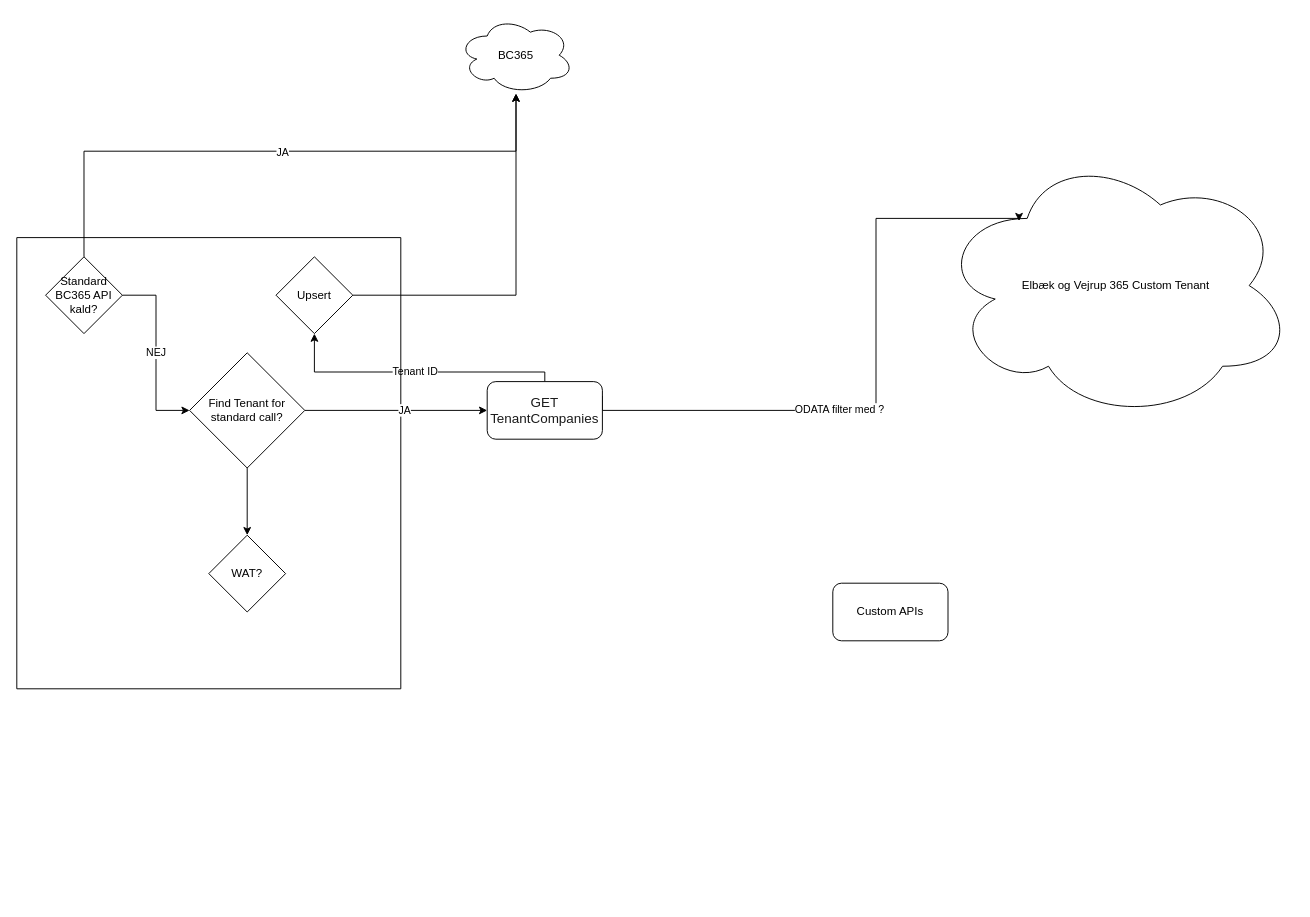
Earlier version of the draw.io diagram bc365.drawio (enkopvand/enterprise-architecture). Source tidied: cells renumbered, new cells numbered last; positions are measured from the earlier drawing's top-left corner, leaving out a move shared by most shapes. Both pictures are drawn from the tidied source at 96%, with x=0, y=0 at pixel (16, 16).
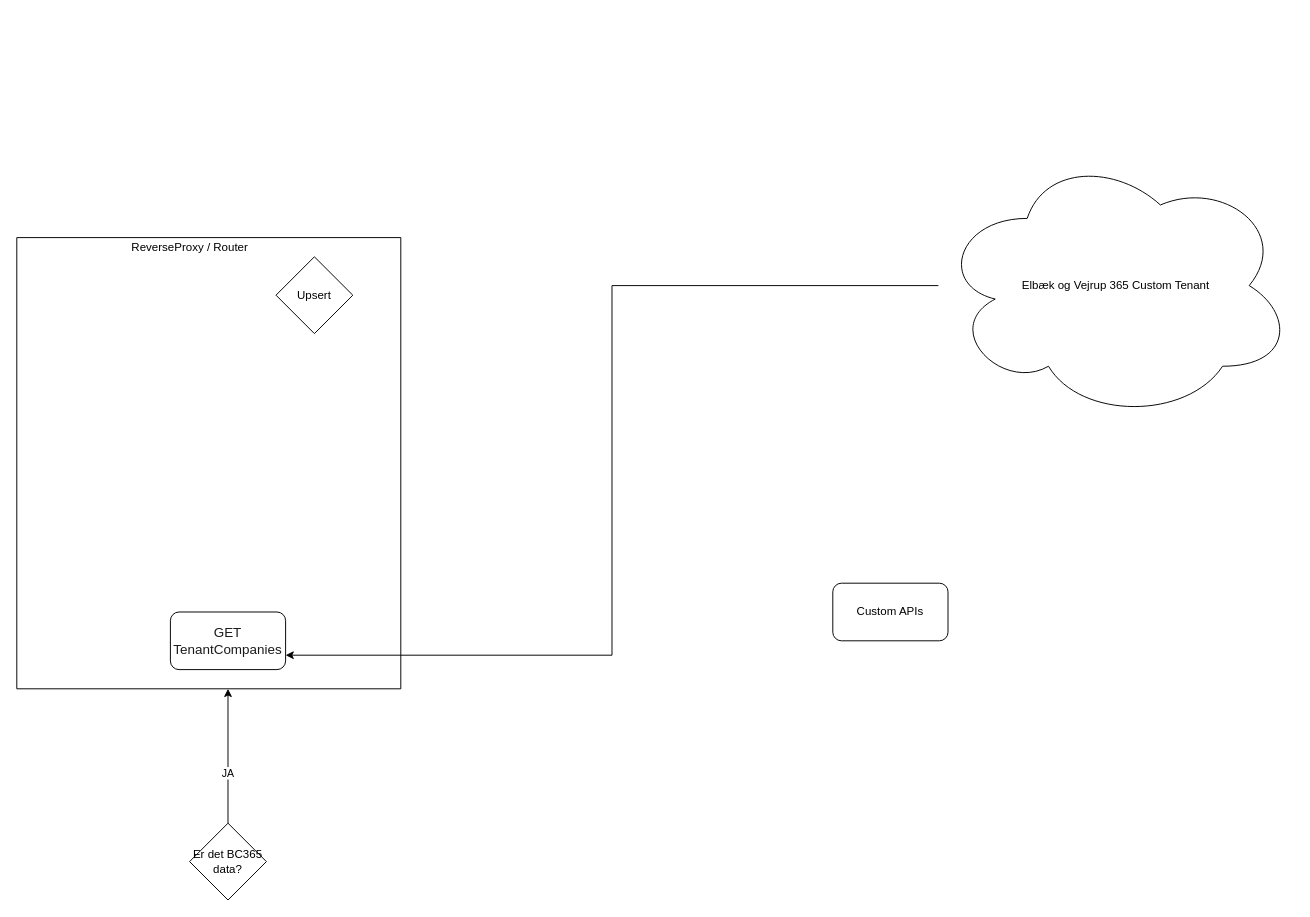
Above is the later version.

The change refers to these unchanged cells:
```xml
<mxCell id="3" value="Elbæk og Vejrup 365 Custom Tenant" style="ellipse;shape=cloud;whiteSpace=wrap;html=1;" parent="1" vertex="1">
  <mxGeometry x="960" y="140" width="370" height="280" as="geometry" />
</mxCell>
<mxCell id="9" style="swimlane;startSize=0;" parent="1" vertex="1">
  <mxGeometry y="230" width="400" height="470" as="geometry" />
</mxCell>
<mxCell id="14" value="Upsert" style="rhombus;whiteSpace=wrap;html=1;" parent="9" vertex="1">
  <mxGeometry x="270" y="20" width="80" height="80" as="geometry" />
</mxCell>
```

Diff of the diagram source:
```diff
@@
-    <mxCell id="2" value="BC365" style="ellipse;shape=cloud;whiteSpace=wrap;html=1;" parent="1" vertex="1">
-      <mxGeometry x="460" width="120" height="80" as="geometry" />
-    </mxCell>
+    <mxCell id="21" style="edgeStyle=orthogonalEdgeStyle;rounded=0;jettySize=auto;html=1;entryX=1;entryY=0.75;entryDx=0;entryDy=0;" parent="1" edge="1" source="3" target="7">
+      <mxGeometry relative="1" as="geometry" />
+    </mxCell>
@@
-    <mxCell id="4" style="edgeStyle=orthogonalEdgeStyle;rounded=0;jettySize=auto;html=1;entryX=0.227;entryY=0.26;entryDx=0;entryDy=0;entryPerimeter=0;exitX=1;exitY=0.25;exitDx=0;exitDy=0;" parent="1" edge="1" source="7" target="3">
-      <mxGeometry relative="1" as="geometry">
-        <Array as="points">
-          <mxPoint x="610" y="410" />
-          <mxPoint x="895" y="410" />
-          <mxPoint x="895" y="210" />
-          <mxPoint x="1044" y="210" />
-        </Array>
-      </mxGeometry>
-    </mxCell>
-    <mxCell id="5" value="ODATA filter med ?" style="edgeLabel;html=1;align=center;verticalAlign=middle;" parent="4" vertex="1">
-      <mxGeometry x="-0.2" y="2" relative="1" as="geometry" />
-    </mxCell>
-    <mxCell id="6" value="Tenant ID" style="edgeStyle=orthogonalEdgeStyle;rounded=0;jettySize=auto;html=1;entryX=0.5;entryY=1;entryDx=0;entryDy=0;" parent="1" edge="1" source="7" target="14">
-      <mxGeometry relative="1" as="geometry">
-        <Array as="points">
-          <mxPoint x="550" y="370" />
-          <mxPoint x="310" y="370" />
-        </Array>
-      </mxGeometry>
-    </mxCell>
-    <mxCell id="7" value="&lt;span style=&quot;color: rgba(0 , 0 , 0 , 0.9) ; font-family: &amp;#34;segoe ui vss (regular)&amp;#34; , &amp;#34;segoe ui&amp;#34; , , &amp;#34;blinkmacsystemfont&amp;#34; , &amp;#34;roboto&amp;#34; , &amp;#34;helvetica neue&amp;#34; , &amp;#34;helvetica&amp;#34; , &amp;#34;ubuntu&amp;#34; , &amp;#34;arial&amp;#34; , sans-serif , &amp;#34;apple color emoji&amp;#34; , &amp;#34;segoe ui emoji&amp;#34; , &amp;#34;segoe ui symbol&amp;#34; ; font-size: 14px ; background-color: rgb(255 , 255 , 255)&quot;&gt;GET&lt;br&gt;TenantCompanies&lt;/span&gt;" style="rounded=1;whiteSpace=wrap;html=1;" parent="1" vertex="1">
-      <mxGeometry x="490" y="380" width="120" height="60" as="geometry" />
-    </mxCell>
@@
-    <mxCell id="10" value="Standard BC365 API kald?" style="rhombus;whiteSpace=wrap;html=1;" parent="9" vertex="1">
-      <mxGeometry x="30" y="20" width="80" height="80" as="geometry" />
-    </mxCell>
-    <mxCell id="11" style="edgeStyle=orthogonalEdgeStyle;rounded=0;jettySize=auto;html=1;" parent="9" edge="1" source="12" target="15">
-      <mxGeometry relative="1" as="geometry" />
-    </mxCell>
-    <mxCell id="12" value="Find Tenant for standard call?" style="rhombus;whiteSpace=wrap;html=1;" parent="9" vertex="1">
-      <mxGeometry x="180" y="120" width="120" height="120" as="geometry" />
-    </mxCell>
-    <mxCell id="13" value="NEJ" style="edgeStyle=orthogonalEdgeStyle;rounded=0;jettySize=auto;html=1;entryX=0;entryY=0.5;entryDx=0;entryDy=0;exitX=1;exitY=0.5;exitDx=0;exitDy=0;" parent="9" edge="1" source="10" target="12">
-      <mxGeometry relative="1" as="geometry" />
-    </mxCell>
@@
-    <mxCell id="15" value="WAT?" style="rhombus;whiteSpace=wrap;html=1;" parent="9" vertex="1">
-      <mxGeometry x="200" y="310" width="80" height="80" as="geometry" />
-    </mxCell>
-    <mxCell id="16" style="edgeStyle=orthogonalEdgeStyle;rounded=0;jettySize=auto;html=1;" parent="1" edge="1" source="10" target="2">
-      <mxGeometry relative="1" as="geometry">
-        <Array as="points">
-          <mxPoint x="70" y="140" />
-          <mxPoint x="520" y="140" />
-        </Array>
-      </mxGeometry>
-    </mxCell>
-    <mxCell id="17" value="JA" style="edgeLabel;html=1;align=center;verticalAlign=middle;" parent="16" vertex="1">
-      <mxGeometry x="0.02" relative="1" as="geometry" />
-    </mxCell>
-    <mxCell id="18" style="edgeStyle=orthogonalEdgeStyle;rounded=0;jettySize=auto;html=1;entryX=0;entryY=0.5;entryDx=0;entryDy=0;" parent="1" edge="1" source="12" target="7">
-      <mxGeometry relative="1" as="geometry" />
-    </mxCell>
-    <mxCell id="19" value="JA" style="edgeLabel;html=1;align=center;verticalAlign=middle;" parent="18" vertex="1">
-      <mxGeometry x="0.08" y="1" relative="1" as="geometry" />
-    </mxCell>
-    <mxCell id="20" style="edgeStyle=orthogonalEdgeStyle;rounded=0;jettySize=auto;html=1;" parent="1" edge="1" source="14" target="2">
-      <mxGeometry relative="1" as="geometry" />
-    </mxCell>
+    <mxCell id="7" value="&lt;span style=&quot;color: rgba(0 , 0 , 0 , 0.9) ; font-family: &amp;#34;segoe ui vss (regular)&amp;#34; , &amp;#34;segoe ui&amp;#34; , , &amp;#34;blinkmacsystemfont&amp;#34; , &amp;#34;roboto&amp;#34; , &amp;#34;helvetica neue&amp;#34; , &amp;#34;helvetica&amp;#34; , &amp;#34;ubuntu&amp;#34; , &amp;#34;arial&amp;#34; , sans-serif , &amp;#34;apple color emoji&amp;#34; , &amp;#34;segoe ui emoji&amp;#34; , &amp;#34;segoe ui symbol&amp;#34; ; font-size: 14px ; background-color: rgb(255 , 255 , 255)&quot;&gt;GET&lt;br&gt;TenantCompanies&lt;/span&gt;" style="rounded=1;whiteSpace=wrap;html=1;" parent="9" vertex="1">
+      <mxGeometry x="160" y="390" width="120" height="60" as="geometry" />
+    </mxCell>
+    <mxCell id="22" value="ReverseProxy / Router" style="text;html=1;align=center;verticalAlign=middle;strokeColor=none;fillColor=none;" parent="1" vertex="1">
+      <mxGeometry x="110" y="230" width="140" height="20" as="geometry" />
+    </mxCell>
+    <mxCell id="23" style="edgeStyle=orthogonalEdgeStyle;rounded=0;jettySize=auto;html=1;entryX=0.55;entryY=1;entryDx=0;entryDy=0;entryPerimeter=0;" parent="1" edge="1" source="25" target="9">
+      <mxGeometry relative="1" as="geometry" />
+    </mxCell>
+    <mxCell id="24" value="JA" style="edgeLabel;html=1;align=center;verticalAlign=middle;" parent="23" vertex="1">
+      <mxGeometry x="-0.24" y="1" relative="1" as="geometry" />
+    </mxCell>
+    <mxCell id="25" value="Er det BC365 data?" style="rhombus;whiteSpace=wrap;html=1;" parent="1" vertex="1">
+      <mxGeometry x="180" y="840" width="80" height="80" as="geometry" />
+    </mxCell>
```
